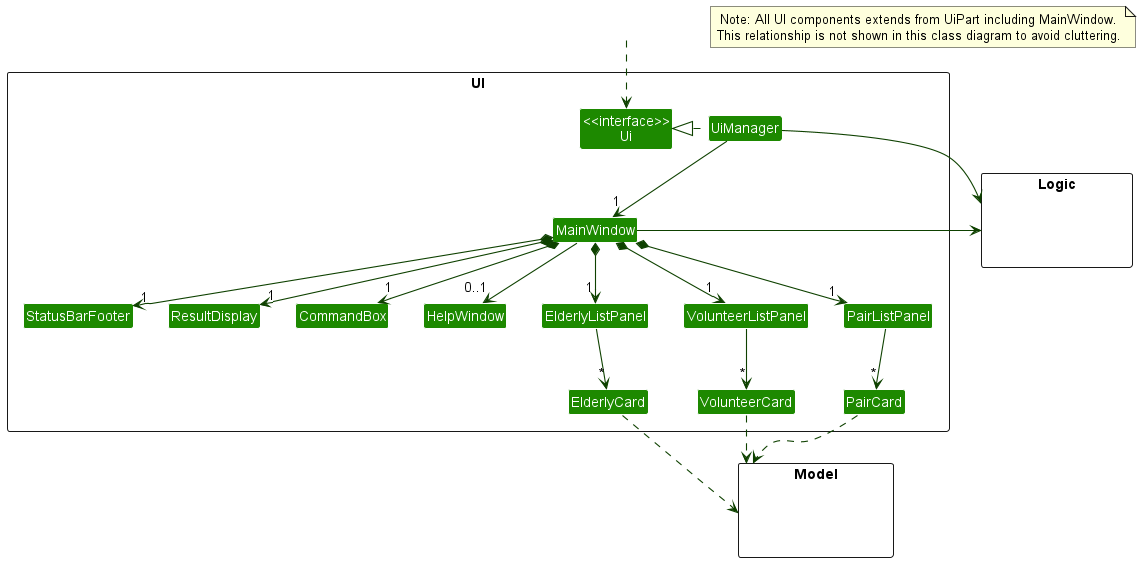
This is docs/images/developerGuide/UiClassDiagram.png from nus-cs2103-AY2223S2/tp, a PlantUML export, as it was before one commit. The source it was exported from:
```plantuml
@startuml
!include style.puml
skinparam arrowThickness 1.1
skinparam arrowColor UI_COLOR_T4
skinparam classBackgroundColor UI_COLOR

package UI <<Rectangle>>{
Class "<<interface>>\nUi" as Ui
Class UiManager
Class MainWindow
Class HelpWindow
Class ResultDisplay
Class ElderlyListPanel
Class ElderlyCard
Class VolunteerListPanel
Class VolunteerCard
Class PairListPanel
Class PairCard
Class StatusBarFooter
Class CommandBox
}

package Model <<Rectangle>> {
Class HiddenModel #FFFFFF
}

package Logic <<Rectangle>> {
Class HiddenLogic #FFFFFF
}

Class HiddenOutside #FFFFFF
HiddenOutside ..> Ui

UiManager .left.|> Ui
UiManager -down-> "1" MainWindow
MainWindow *-down->  "1" CommandBox
MainWindow *-down-> "1" ResultDisplay
MainWindow *-down-> "1" ElderlyListPanel
MainWindow *-down-> "1" PairListPanel
MainWindow *-down-> "1" VolunteerListPanel
MainWindow *-down-> "1" StatusBarFooter
MainWindow --> "0..1" HelpWindow

ElderlyListPanel -down-> "*" ElderlyCard
VolunteerListPanel -down-> "*" VolunteerCard
PairListPanel -down-> "*" PairCard


ElderlyCard ..> Model
VolunteerCard ..> Model
PairCard ..> Model

UiManager -right-> Logic
MainWindow -left-> Logic

ElderlyListPanel -[hidden]left- HelpWindow
HelpWindow -[hidden]left- CommandBox
CommandBox -[hidden]left- ResultDisplay
ResultDisplay -[hidden]left- StatusBarFooter

note as N1
Note: All UI components extends from UiPart including MainWindow.
This relationship is not shown in this class diagram to avoid cluttering.
end note

@enduml
```
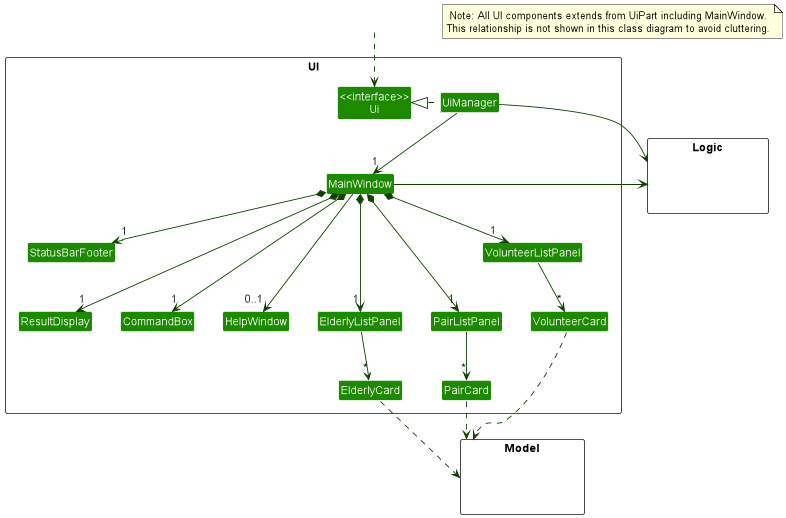
The same diagram one commit later.

Change to the diagram source:
```diff
@@ -33,10 +33,10 @@
 
 UiManager .left.|> Ui
 UiManager -down-> "1" MainWindow
-MainWindow *-down->  "1" CommandBox
-MainWindow *-down-> "1" ResultDisplay
-MainWindow *-down-> "1" ElderlyListPanel
-MainWindow *-down-> "1" PairListPanel
+MainWindow *--down->  "1" CommandBox
+MainWindow *--down-> "1" ResultDisplay
+MainWindow *--down-> "1" ElderlyListPanel
+MainWindow *--down-> "1" PairListPanel
 MainWindow *-down-> "1" VolunteerListPanel
 MainWindow *-down-> "1" StatusBarFooter
 MainWindow --> "0..1" HelpWindow
@@ -50,8 +50,8 @@
 VolunteerCard ..> Model
 PairCard ..> Model
 
-UiManager -right-> Logic
-MainWindow -left-> Logic
+UiManager --Right-> Logic
+MainWindow --left-> Logic
 
 ElderlyListPanel -[hidden]left- HelpWindow
 HelpWindow -[hidden]left- CommandBox
```
